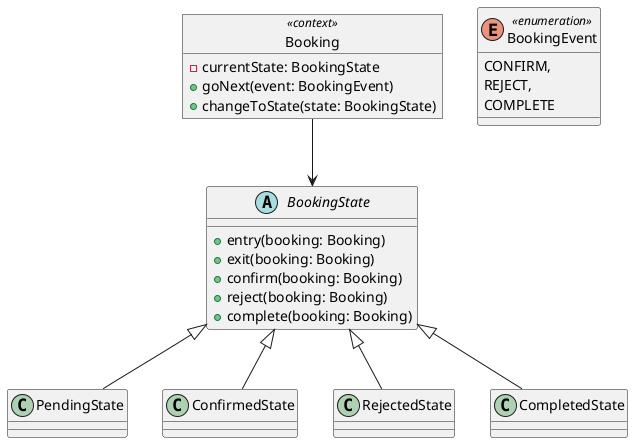
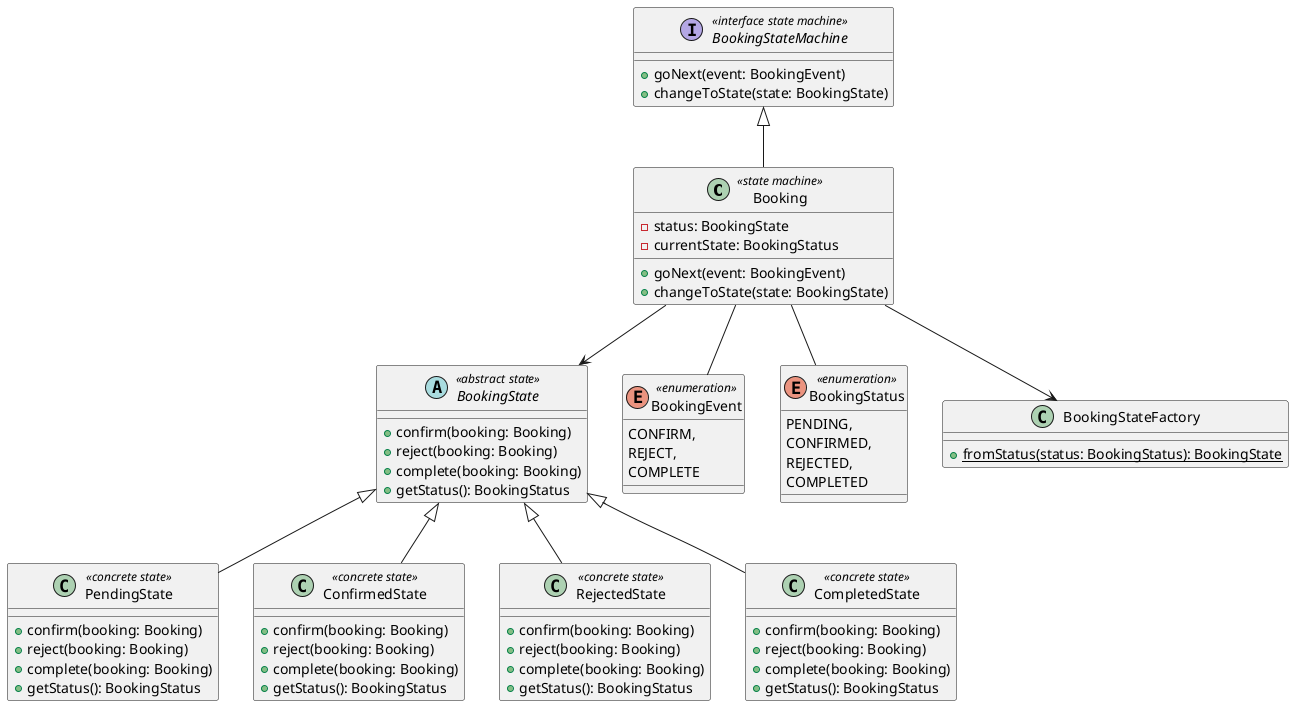
@startuml

- object Booking <<context>> {
-     - currentState: BookingState
+ class Booking <<state machine>> {
+     - status: BookingState
+     - currentState: BookingStatus
    + goNext(event: BookingEvent)
    + changeToState(state: BookingState)
}

- abstract class BookingState {
-     + entry(booking: Booking)
-     + exit(booking: Booking)
+ interface BookingStateMachine <<interface state machine>> {
+     + goNext(event: BookingEvent)
+     + changeToState(state: BookingState)
+ }
+ 
+ abstract class BookingState <<abstract state>>{
    + confirm(booking: Booking)
    + reject(booking: Booking)
    + complete(booking: Booking)
+     + getStatus(): BookingStatus
}

enum BookingEvent <<enumeration>> {
    CONFIRM,
    REJECT,
    COMPLETE
}

- class PendingState
- class ConfirmedState
- class RejectedState
- class CompletedState
+ enum BookingStatus <<enumeration>> {
+     PENDING,
+     CONFIRMED,
+     REJECTED,
+     COMPLETED
+ }

+ class PendingState <<concrete state>> {
+     +confirm(booking: Booking)
+     +reject(booking: Booking)
+     +complete(booking: Booking)
+     +getStatus(): BookingStatus
+ }
+ class ConfirmedState <<concrete state>> {
+     +confirm(booking: Booking)
+     +reject(booking: Booking)
+     +complete(booking: Booking)
+     +getStatus(): BookingStatus
+ }
+ class RejectedState <<concrete state>> {
+     +confirm(booking: Booking)
+     +reject(booking: Booking)
+     +complete(booking: Booking)
+     +getStatus(): BookingStatus
+ }
+ class CompletedState <<concrete state>> {
+     +confirm(booking: Booking)
+     +reject(booking: Booking)
+     +complete(booking: Booking)
+     +getStatus(): BookingStatus
+ }
+ 
+ class BookingStateFactory {
+     +{static} fromStatus(status: BookingStatus): BookingState
+ }
+ 
+ Booking -- BookingEvent
+ Booking -- BookingStatus
+ Booking --> BookingStateFactory
Booking --> BookingState
+ 
BookingState <|-- PendingState
BookingState <|-- ConfirmedState
BookingState <|-- RejectedState
BookingState <|-- CompletedState

+ BookingStateMachine <|-- Booking
+ 
@enduml
